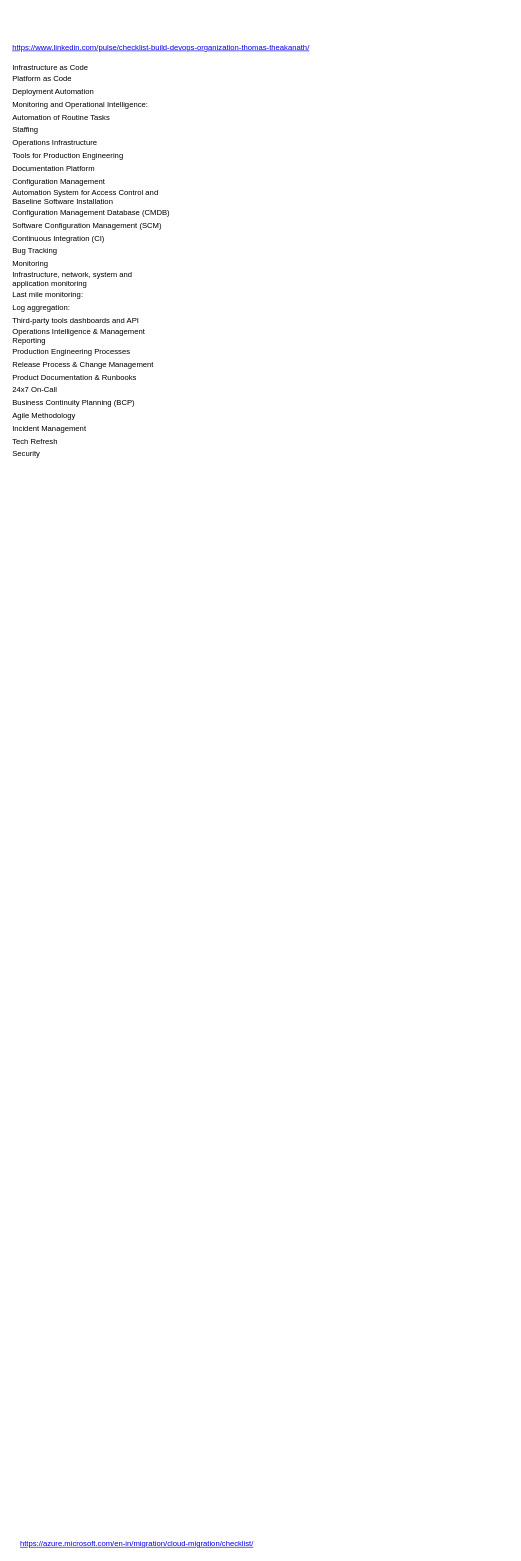
Earlier version of the draw.io diagram page "Checklist" (5 of 10) of Devops_Presentation.drawio (gonchigars/awesome-startup-credits). Source tidied: cells renumbered, new cells numbered last; positions are measured from the earlier drawing's top-left corner, leaving out a move shared by most shapes. Both pictures are drawn from the tidied source at 64%, with x=0, y=0 at pixel (11, 20).
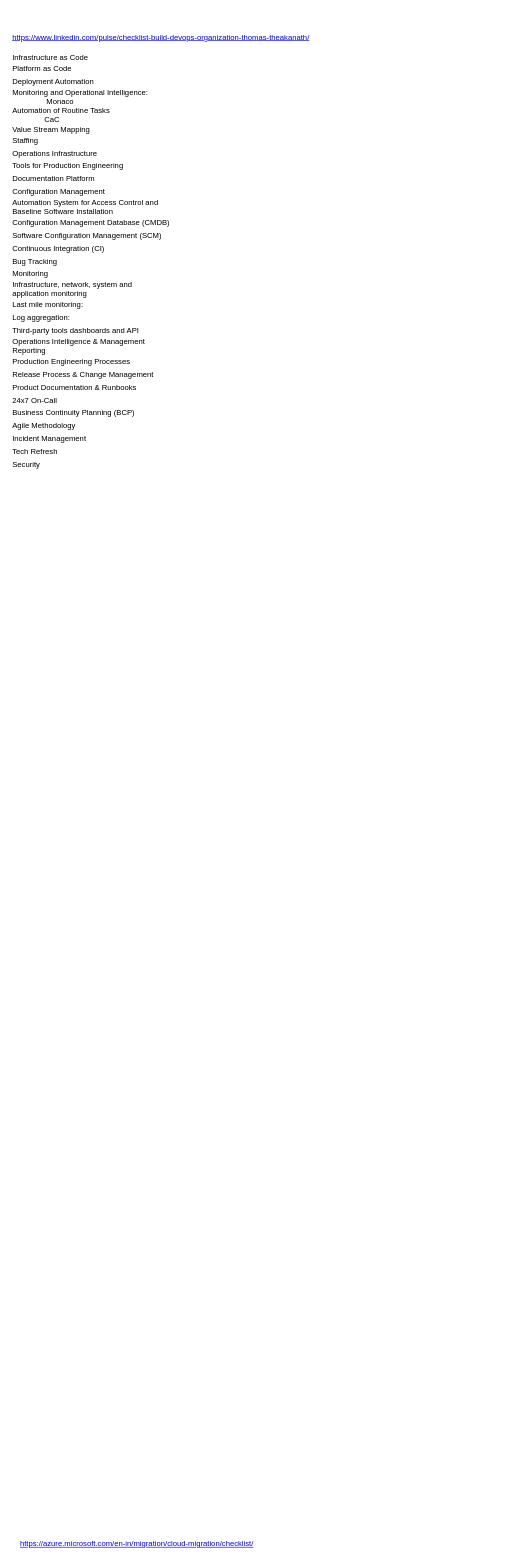
The same diagram, later.

What changed in the source:
```diff
@@
 <mxGraphModel>
   <root>
     <mxCell id="0" />
     <mxCell id="1" parent="0" />
     <mxCell id="2" value="&lt;a href=&quot;https://azure.microsoft.com/en-in/migration/cloud-migration/checklist/&quot;&gt;https://azure.microsoft.com/en-in/migration/cloud-migration/checklist/&lt;/a&gt;" style="text;html=1;align=center;verticalAlign=middle;strokeColor=none;fillColor=none;" parent="1" vertex="1">
       <mxGeometry x="6" y="2370" width="380" height="20" as="geometry" />
     </mxCell>
-    <mxCell id="3" value="&lt;br&gt;&lt;br&gt;&lt;table border=&quot;0&quot; cellpadding=&quot;0&quot; cellspacing=&quot;0&quot; width=&quot;769&quot; style=&quot;border-collapse: collapse ; width: 577pt&quot;&gt; &lt;colgroup&gt;&lt;col width=&quot;769&quot; style=&quot;width: 577pt&quot;&gt;&lt;/colgroup&gt; &lt;tbody&gt;&lt;tr style=&quot;height: 15.0pt&quot;&gt;  &lt;td height=&quot;20&quot; class=&quot;xl65&quot; width=&quot;769&quot; style=&quot;height: 15.0pt ; width: 577pt&quot;&gt;&lt;a href=&quot;https://www.linkedin.com/pulse/checklist-build-devops-organization-thomas-theakanath/&quot;&gt;https://www.linkedin.com/pulse/checklist-build-devops-organization-thomas-theakanath/&lt;/a&gt;&lt;/td&gt; &lt;/tr&gt; &lt;tr style=&quot;height: 15.0pt&quot;&gt;  &lt;td height=&quot;20&quot; style=&quot;height: 15.0pt&quot;&gt;&lt;br&gt;Infrastructure as Code&lt;/td&gt; &lt;/tr&gt; &lt;tr style=&quot;height: 15.0pt&quot;&gt;  &lt;td height=&quot;20&quot; style=&quot;height: 15.0pt&quot;&gt;Platform as Code&lt;/td&gt; &lt;/tr&gt; &lt;tr style=&quot;height: 15.0pt&quot;&gt;  &lt;td height=&quot;20&quot; style=&quot;height: 15.0pt&quot;&gt;Deployment Automation&lt;/td&gt; &lt;/tr&gt; &lt;tr style=&quot;height: 15.0pt&quot;&gt;  &lt;td height=&quot;20&quot; style=&quot;height: 15.0pt&quot;&gt;Monitoring and Operational Intelligence:&lt;/td&gt; &lt;/tr&gt; &lt;tr style=&quot;height: 15.0pt&quot;&gt;  &lt;td height=&quot;20&quot; style=&quot;height: 15.0pt&quot;&gt;Automation of Routine Tasks&lt;/td&gt; &lt;/tr&gt; &lt;tr style=&quot;height: 15.0pt&quot;&gt;  &lt;td height=&quot;20&quot; style=&quot;height: 15.0pt&quot;&gt;Staffing&lt;/td&gt; &lt;/tr&gt; &lt;tr style=&quot;height: 15.0pt&quot;&gt;  &lt;td height=&quot;20&quot; style=&quot;height: 15.0pt&quot;&gt;Operations Infrastructure&lt;/td&gt; &lt;/tr&gt; &lt;tr style=&quot;height: 15.0pt&quot;&gt;  &lt;td height=&quot;20&quot; style=&quot;height: 15.0pt&quot;&gt;Tools for Production Engineering&lt;/td&gt; &lt;/tr&gt; &lt;tr style=&quot;height: 15.0pt&quot;&gt;  &lt;td height=&quot;20&quot; style=&quot;height: 15.0pt&quot;&gt;Documentation Platform&lt;/td&gt; &lt;/tr&gt; &lt;tr style=&quot;height: 15.0pt&quot;&gt;  &lt;td height=&quot;20&quot; class=&quot;xl64&quot; style=&quot;height: 15.0pt&quot;&gt;Configuration Management&lt;/td&gt; &lt;/tr&gt; &lt;tr style=&quot;height: 15.0pt&quot;&gt;  &lt;td height=&quot;20&quot; style=&quot;height: 15.0pt&quot;&gt;Automation System for Access Control and&lt;br&gt;  Baseline Software Installation&lt;/td&gt; &lt;/tr&gt; &lt;tr style=&quot;height: 15.0pt&quot;&gt;  &lt;td height=&quot;20&quot; style=&quot;height: 15.0pt&quot;&gt;Configuration Management Database (CMDB)&lt;/td&gt; &lt;/tr&gt; &lt;tr style=&quot;height: 15.0pt&quot;&gt;  &lt;td height=&quot;20&quot; style=&quot;height: 15.0pt&quot;&gt;Software Configuration Management (SCM)&lt;/td&gt; &lt;/tr&gt; &lt;tr style=&quot;height: 15.0pt&quot;&gt;  &lt;td height=&quot;20&quot; class=&quot;xl64&quot; style=&quot;height: 15.0pt&quot;&gt;Continuous Integration (CI)&lt;/td&gt; &lt;/tr&gt; &lt;tr style=&quot;height: 15.0pt&quot;&gt;  &lt;td height=&quot;20&quot; style=&quot;height: 15.0pt&quot;&gt;Bug Tracking&lt;/td&gt; &lt;/tr&gt; &lt;tr style=&quot;height: 15.0pt&quot;&gt;  &lt;td height=&quot;20&quot; class=&quot;xl64&quot; style=&quot;height: 15.0pt&quot;&gt;Monitoring&lt;/td&gt; &lt;/tr&gt; &lt;tr style=&quot;height: 15.0pt&quot;&gt;  &lt;td height=&quot;20&quot; style=&quot;height: 15.0pt&quot;&gt;Infrastructure, network, system and&lt;br&gt;  application monitoring&lt;/td&gt; &lt;/tr&gt; &lt;tr style=&quot;height: 15.0pt&quot;&gt;  &lt;td height=&quot;20&quot; class=&quot;xl64&quot; style=&quot;height: 15.0pt&quot;&gt;Last mile monitoring:&lt;/td&gt; &lt;/tr&gt; &lt;tr style=&quot;height: 15.0pt&quot;&gt;  &lt;td height=&quot;20&quot; style=&quot;height: 15.0pt&quot;&gt;Log aggregation:&lt;/td&gt; &lt;/tr&gt; &lt;tr style=&quot;height: 15.0pt&quot;&gt;  &lt;td height=&quot;20&quot; style=&quot;height: 15.0pt&quot;&gt;Third-party tools dashboards and API&lt;/td&gt; &lt;/tr&gt; &lt;tr style=&quot;height: 15.0pt&quot;&gt;  &lt;td height=&quot;20&quot; style=&quot;height: 15.0pt&quot;&gt;Operations Intelligence &amp;amp; Management&lt;br&gt;  Reporting&lt;/td&gt; &lt;/tr&gt; &lt;tr style=&quot;height: 15.0pt&quot;&gt;  &lt;td height=&quot;20&quot; style=&quot;height: 15.0pt&quot;&gt;Production Engineering Processes&lt;/td&gt; &lt;/tr&gt; &lt;tr style=&quot;height: 15.0pt&quot;&gt;  &lt;td height=&quot;20&quot; style=&quot;height: 15.0pt&quot;&gt;Release Process &amp;amp; Change Management&lt;/td&gt; &lt;/tr&gt; &lt;tr style=&quot;height: 15.0pt&quot;&gt;  &lt;td height=&quot;20&quot; style=&quot;height: 15.0pt&quot;&gt;Product Documentation &amp;amp; Runbooks&lt;/td&gt; &lt;/tr&gt; &lt;tr style=&quot;height: 15.0pt&quot;&gt;  &lt;td height=&quot;20&quot; style=&quot;height: 15.0pt&quot;&gt;24x7 On-Call&lt;/td&gt; &lt;/tr&gt; &lt;tr style=&quot;height: 15.0pt&quot;&gt;  &lt;td height=&quot;20&quot; style=&quot;height: 15.0pt&quot;&gt;Business Continuity Planning (BCP)&lt;/td&gt; &lt;/tr&gt; &lt;tr style=&quot;height: 15.0pt&quot;&gt;  &lt;td height=&quot;20&quot; style=&quot;height: 15.0pt&quot;&gt;Agile Methodology&lt;/td&gt; &lt;/tr&gt; &lt;tr style=&quot;height: 15.0pt&quot;&gt;  &lt;td height=&quot;20&quot; style=&quot;height: 15.0pt&quot;&gt;Incident Management&lt;/td&gt; &lt;/tr&gt; &lt;tr style=&quot;height: 15.0pt&quot;&gt;  &lt;td height=&quot;20&quot; style=&quot;height: 15.0pt&quot;&gt;Tech Refresh&lt;/td&gt; &lt;/tr&gt; &lt;tr style=&quot;height: 15.0pt&quot;&gt;  &lt;td height=&quot;20&quot; style=&quot;height: 15.0pt&quot;&gt;Security&lt;/td&gt; &lt;/tr&gt;&lt;/tbody&gt;&lt;/table&gt;" style="text;html=1;align=left;verticalAlign=middle;strokeColor=none;fillColor=none;" parent="1" vertex="1">
-      <mxGeometry width="780" height="690" as="geometry" />
+    <mxCell id="3" value="&lt;br&gt;&lt;br&gt;&lt;table border=&quot;0&quot; cellpadding=&quot;0&quot; cellspacing=&quot;0&quot; width=&quot;769&quot; style=&quot;border-collapse: collapse ; width: 577pt&quot;&gt; &lt;colgroup&gt;&lt;col width=&quot;769&quot; style=&quot;width: 577pt&quot;&gt;&lt;/colgroup&gt; &lt;tbody&gt;&lt;tr style=&quot;height: 15.0pt&quot;&gt;  &lt;td height=&quot;20&quot; class=&quot;xl65&quot; width=&quot;769&quot; style=&quot;height: 15.0pt ; width: 577pt&quot;&gt;&lt;a href=&quot;https://www.linkedin.com/pulse/checklist-build-devops-organization-thomas-theakanath/&quot;&gt;https://www.linkedin.com/pulse/checklist-build-devops-organization-thomas-theakanath/&lt;/a&gt;&lt;/td&gt; &lt;/tr&gt; &lt;tr style=&quot;height: 15.0pt&quot;&gt;  &lt;td height=&quot;20&quot; style=&quot;height: 15.0pt&quot;&gt;&lt;br&gt;Infrastructure as Code&lt;/td&gt; &lt;/tr&gt; &lt;tr style=&quot;height: 15.0pt&quot;&gt;  &lt;td height=&quot;20&quot; style=&quot;height: 15.0pt&quot;&gt;Platform as Code&lt;/td&gt; &lt;/tr&gt; &lt;tr style=&quot;height: 15.0pt&quot;&gt;  &lt;td height=&quot;20&quot; style=&quot;height: 15.0pt&quot;&gt;Deployment Automation&lt;/td&gt; &lt;/tr&gt; &lt;tr style=&quot;height: 15.0pt&quot;&gt;  &lt;td height=&quot;20&quot; style=&quot;height: 15.0pt&quot;&gt;Monitoring and Operational Intelligence:&lt;br&gt;&amp;nbsp; &amp;nbsp; &amp;nbsp; &amp;nbsp; &amp;nbsp; &amp;nbsp; &amp;nbsp; &amp;nbsp; Monaco&lt;/td&gt; &lt;/tr&gt; &lt;tr style=&quot;height: 15.0pt&quot;&gt;  &lt;td height=&quot;20&quot; style=&quot;height: 15.0pt&quot;&gt;Automation of Routine Tasks&lt;br&gt;&amp;nbsp; &amp;nbsp; &amp;nbsp; &amp;nbsp; &amp;nbsp; &amp;nbsp; &amp;nbsp; &amp;nbsp;CaC&lt;br&gt;Value Stream Mapping&lt;/td&gt; &lt;/tr&gt; &lt;tr style=&quot;height: 15.0pt&quot;&gt;  &lt;td height=&quot;20&quot; style=&quot;height: 15.0pt&quot;&gt;Staffing&lt;/td&gt; &lt;/tr&gt; &lt;tr style=&quot;height: 15.0pt&quot;&gt;  &lt;td height=&quot;20&quot; style=&quot;height: 15.0pt&quot;&gt;Operations Infrastructure&lt;/td&gt; &lt;/tr&gt; &lt;tr style=&quot;height: 15.0pt&quot;&gt;  &lt;td height=&quot;20&quot; style=&quot;height: 15.0pt&quot;&gt;Tools for Production Engineering&lt;/td&gt; &lt;/tr&gt; &lt;tr style=&quot;height: 15.0pt&quot;&gt;  &lt;td height=&quot;20&quot; style=&quot;height: 15.0pt&quot;&gt;Documentation Platform&lt;/td&gt; &lt;/tr&gt; &lt;tr style=&quot;height: 15.0pt&quot;&gt;  &lt;td height=&quot;20&quot; class=&quot;xl64&quot; style=&quot;height: 15.0pt&quot;&gt;Configuration Management&lt;/td&gt; &lt;/tr&gt; &lt;tr style=&quot;height: 15.0pt&quot;&gt;  &lt;td height=&quot;20&quot; style=&quot;height: 15.0pt&quot;&gt;Automation System for Access Control and&lt;br&gt;  Baseline Software Installation&lt;/td&gt; &lt;/tr&gt; &lt;tr style=&quot;height: 15.0pt&quot;&gt;  &lt;td height=&quot;20&quot; style=&quot;height: 15.0pt&quot;&gt;Configuration Management Database (CMDB)&lt;/td&gt; &lt;/tr&gt; &lt;tr style=&quot;height: 15.0pt&quot;&gt;  &lt;td height=&quot;20&quot; style=&quot;height: 15.0pt&quot;&gt;Software Configuration Management (SCM)&lt;/td&gt; &lt;/tr&gt; &lt;tr style=&quot;height: 15.0pt&quot;&gt;  &lt;td height=&quot;20&quot; class=&quot;xl64&quot; style=&quot;height: 15.0pt&quot;&gt;Continuous Integration (CI)&lt;/td&gt; &lt;/tr&gt; &lt;tr style=&quot;height: 15.0pt&quot;&gt;  &lt;td height=&quot;20&quot; style=&quot;height: 15.0pt&quot;&gt;Bug Tracking&lt;/td&gt; &lt;/tr&gt; &lt;tr style=&quot;height: 15.0pt&quot;&gt;  &lt;td height=&quot;20&quot; class=&quot;xl64&quot; style=&quot;height: 15.0pt&quot;&gt;Monitoring&lt;/td&gt; &lt;/tr&gt; &lt;tr style=&quot;height: 15.0pt&quot;&gt;  &lt;td height=&quot;20&quot; style=&quot;height: 15.0pt&quot;&gt;Infrastructure, network, system and&lt;br&gt;  application monitoring&lt;/td&gt; &lt;/tr&gt; &lt;tr style=&quot;height: 15.0pt&quot;&gt;  &lt;td height=&quot;20&quot; class=&quot;xl64&quot; style=&quot;height: 15.0pt&quot;&gt;Last mile monitoring:&lt;/td&gt; &lt;/tr&gt; &lt;tr style=&quot;height: 15.0pt&quot;&gt;  &lt;td height=&quot;20&quot; style=&quot;height: 15.0pt&quot;&gt;Log aggregation:&lt;/td&gt; &lt;/tr&gt; &lt;tr style=&quot;height: 15.0pt&quot;&gt;  &lt;td height=&quot;20&quot; style=&quot;height: 15.0pt&quot;&gt;Third-party tools dashboards and API&lt;/td&gt; &lt;/tr&gt; &lt;tr style=&quot;height: 15.0pt&quot;&gt;  &lt;td height=&quot;20&quot; style=&quot;height: 15.0pt&quot;&gt;Operations Intelligence &amp;amp; Management&lt;br&gt;  Reporting&lt;/td&gt; &lt;/tr&gt; &lt;tr style=&quot;height: 15.0pt&quot;&gt;  &lt;td height=&quot;20&quot; style=&quot;height: 15.0pt&quot;&gt;Production Engineering Processes&lt;/td&gt; &lt;/tr&gt; &lt;tr style=&quot;height: 15.0pt&quot;&gt;  &lt;td height=&quot;20&quot; style=&quot;height: 15.0pt&quot;&gt;Release Process &amp;amp; Change Management&lt;/td&gt; &lt;/tr&gt; &lt;tr style=&quot;height: 15.0pt&quot;&gt;  &lt;td height=&quot;20&quot; style=&quot;height: 15.0pt&quot;&gt;Product Documentation &amp;amp; Runbooks&lt;/td&gt; &lt;/tr&gt; &lt;tr style=&quot;height: 15.0pt&quot;&gt;  &lt;td height=&quot;20&quot; style=&quot;height: 15.0pt&quot;&gt;24x7 On-Call&lt;/td&gt; &lt;/tr&gt; &lt;tr style=&quot;height: 15.0pt&quot;&gt;  &lt;td height=&quot;20&quot; style=&quot;height: 15.0pt&quot;&gt;Business Continuity Planning (BCP)&lt;/td&gt; &lt;/tr&gt; &lt;tr style=&quot;height: 15.0pt&quot;&gt;  &lt;td height=&quot;20&quot; style=&quot;height: 15.0pt&quot;&gt;Agile Methodology&lt;/td&gt; &lt;/tr&gt; &lt;tr style=&quot;height: 15.0pt&quot;&gt;  &lt;td height=&quot;20&quot; style=&quot;height: 15.0pt&quot;&gt;Incident Management&lt;/td&gt; &lt;/tr&gt; &lt;tr style=&quot;height: 15.0pt&quot;&gt;  &lt;td height=&quot;20&quot; style=&quot;height: 15.0pt&quot;&gt;Tech Refresh&lt;/td&gt; &lt;/tr&gt; &lt;tr style=&quot;height: 15.0pt&quot;&gt;  &lt;td height=&quot;20&quot; style=&quot;height: 15.0pt&quot;&gt;Security&lt;/td&gt; &lt;/tr&gt;&lt;/tbody&gt;&lt;/table&gt;" style="text;html=1;align=left;verticalAlign=middle;strokeColor=none;fillColor=none;" parent="1" vertex="1">
+      <mxGeometry y="-15" width="780" height="720" as="geometry" />
     </mxCell>
   </root>
 </mxGraphModel>
```
